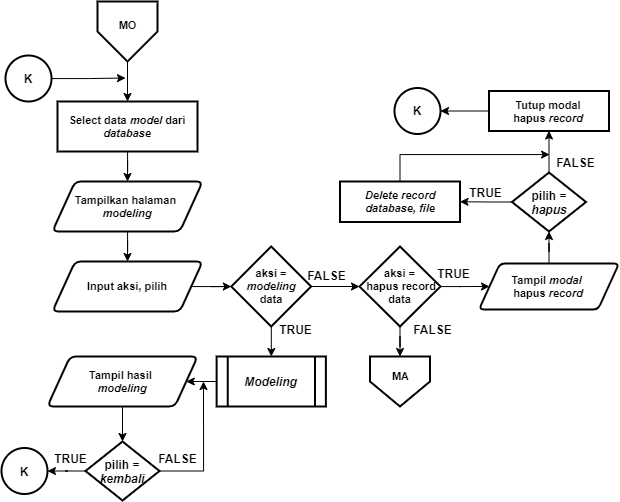
The draw.io diagram Dokumen TA/Paper/Flowchart/M12. Flowchart menu modeling.png in muspriandi/TextMining-SentimentAnalysis, before a commit. Source tidied: cells renumbered, new cells last; positions are measured from the earlier drawing's top-left corner, leaving out a move shared by most shapes. The source it was exported from:
```xml
<mxGraphModel>
  <root>
    <mxCell id="0" />
    <mxCell id="1" parent="0" />
    <mxCell id="2" style="edgeStyle=orthogonalEdgeStyle;rounded=0;orthogonalLoop=1;jettySize=auto;html=1;entryX=0.5;entryY=0;entryDx=0;entryDy=0;entryPerimeter=0;fontSize=12;" parent="1" edge="1">
      <mxGeometry relative="1" as="geometry">
        <mxPoint x="647" y="530" as="sourcePoint" />
        <Array as="points">
          <mxPoint x="647" y="570" />
          <mxPoint x="747" y="570" />
          <mxPoint x="747" y="230" />
          <mxPoint x="847" y="230" />
        </Array>
      </mxGeometry>
    </mxCell>
    <mxCell id="3" style="edgeStyle=orthogonalEdgeStyle;rounded=0;orthogonalLoop=1;jettySize=auto;html=1;entryX=0.5;entryY=0;entryDx=0;entryDy=0;entryPerimeter=0;fontSize=12;" parent="1" edge="1">
      <mxGeometry relative="1" as="geometry">
        <mxPoint x="627" y="500" as="sourcePoint" />
        <Array as="points">
          <mxPoint x="627" y="540" />
          <mxPoint x="727" y="540" />
          <mxPoint x="727" y="200" />
          <mxPoint x="827" y="200" />
        </Array>
      </mxGeometry>
    </mxCell>
    <mxCell id="4" style="edgeStyle=orthogonalEdgeStyle;rounded=0;jettySize=auto;html=1;entryX=0.5;entryY=0;entryDx=0;entryDy=0;fontSize=11;" parent="1" edge="1" source="5" target="10">
      <mxGeometry relative="1" as="geometry" />
    </mxCell>
    <mxCell id="5" style="verticalLabelPosition=bottom;verticalAlign=top;html=1;shape=offPageConnector;rounded=0;size=0.5;fontStyle=0;strokeWidth=2;" parent="1" vertex="1">
      <mxGeometry x="96" width="60" height="60" as="geometry" />
    </mxCell>
    <mxCell id="6" value="MO" style="text;html=1;align=center;verticalAlign=middle;fontSize=11;fontStyle=1;" parent="1" vertex="1">
      <mxGeometry x="111" y="14" width="30" height="20" as="geometry" />
    </mxCell>
    <mxCell id="7" style="edgeStyle=orthogonalEdgeStyle;rounded=0;jettySize=auto;html=1;entryX=0.5;entryY=0;entryDx=0;entryDy=0;" parent="1" edge="1" source="8" target="14">
      <mxGeometry relative="1" as="geometry" />
    </mxCell>
    <mxCell id="8" value="&lt;b&gt;Tampilkan halaman &lt;br&gt;&lt;i&gt;modeling&lt;/i&gt;&lt;/b&gt;" style="shape=parallelogram;html=1;strokeWidth=2;perimeter=parallelogramPerimeter;whiteSpace=wrap;rounded=1;arcSize=12;size=0.15000000000000002;fontSize=11;" parent="1" vertex="1">
      <mxGeometry x="51" y="180" width="150" height="50" as="geometry" />
    </mxCell>
    <mxCell id="9" style="edgeStyle=orthogonalEdgeStyle;rounded=0;jettySize=auto;html=1;entryX=0.5;entryY=0;entryDx=0;entryDy=0;fontSize=11;" parent="1" edge="1" source="10" target="8">
      <mxGeometry relative="1" as="geometry" />
    </mxCell>
    <mxCell id="10" value="Select data &lt;i&gt;model&amp;nbsp;&lt;/i&gt;dari &lt;i&gt;database&lt;/i&gt;" style="rounded=1;whiteSpace=wrap;html=1;absoluteArcSize=1;arcSize=0;strokeWidth=2;fontSize=11;fontStyle=1;" parent="1" vertex="1">
      <mxGeometry x="56" y="100" width="140" height="50" as="geometry" />
    </mxCell>
    <mxCell id="11" style="verticalLabelPosition=bottom;verticalAlign=top;html=1;shape=offPageConnector;rounded=0;size=0.5;fontStyle=0;strokeWidth=2;" parent="1" vertex="1">
      <mxGeometry x="368.5" y="355" width="60" height="50" as="geometry" />
    </mxCell>
    <mxCell id="12" value="MA" style="text;html=1;align=center;verticalAlign=middle;fontSize=11;fontStyle=1;" parent="1" vertex="1">
      <mxGeometry x="383.5" y="365" width="30" height="20" as="geometry" />
    </mxCell>
    <mxCell id="13" style="edgeStyle=orthogonalEdgeStyle;rounded=0;jettySize=auto;html=1;entryX=0;entryY=0.5;entryDx=0;entryDy=0;fontSize=11;" parent="1" edge="1" source="14" target="17">
      <mxGeometry relative="1" as="geometry" />
    </mxCell>
    <mxCell id="14" value="&lt;b&gt;Input aksi, pilih&lt;/b&gt;" style="shape=parallelogram;html=1;strokeWidth=2;perimeter=parallelogramPerimeter;whiteSpace=wrap;rounded=1;arcSize=12;size=0.15000000000000002;fontSize=11;" parent="1" vertex="1">
      <mxGeometry x="51" y="260" width="150" height="50" as="geometry" />
    </mxCell>
    <mxCell id="15" style="edgeStyle=orthogonalEdgeStyle;rounded=0;jettySize=auto;html=1;entryX=0.5;entryY=0;entryDx=0;entryDy=0;fontSize=11;" parent="1" edge="1" source="17" target="19">
      <mxGeometry relative="1" as="geometry" />
    </mxCell>
    <mxCell id="16" style="edgeStyle=orthogonalEdgeStyle;rounded=0;jettySize=auto;html=1;entryX=0;entryY=0.5;entryDx=0;entryDy=0;fontSize=11;" parent="1" edge="1" source="17" target="22">
      <mxGeometry relative="1" as="geometry" />
    </mxCell>
    <mxCell id="17" value="&lt;b style=&quot;font-size: 11px&quot;&gt;&lt;font style=&quot;font-size: 11px&quot;&gt;aksi = &lt;i&gt;modeling&lt;/i&gt;&lt;br style=&quot;font-size: 11px&quot;&gt;data&lt;/font&gt;&lt;/b&gt;" style="rhombus;whiteSpace=wrap;html=1;strokeWidth=2;fontSize=11;" parent="1" vertex="1">
      <mxGeometry x="229.9" y="245" width="79.8" height="80" as="geometry" />
    </mxCell>
    <mxCell id="18" style="edgeStyle=orthogonalEdgeStyle;rounded=0;jettySize=auto;html=1;entryX=1;entryY=0.5;entryDx=0;entryDy=0;fontSize=11;" parent="1" edge="1" source="19" target="42">
      <mxGeometry relative="1" as="geometry" />
    </mxCell>
    <mxCell id="19" value="&lt;i&gt;&lt;b&gt;&lt;font style=&quot;font-size: 12px&quot;&gt;Modeling&lt;/font&gt;&lt;/b&gt;&lt;/i&gt;" style="shape=process;whiteSpace=wrap;html=1;backgroundOutline=1;strokeWidth=2;fontSize=11;" parent="1" vertex="1">
      <mxGeometry x="215.1" y="355" width="109.2" height="50" as="geometry" />
    </mxCell>
    <mxCell id="20" style="edgeStyle=orthogonalEdgeStyle;rounded=0;jettySize=auto;html=1;entryX=0.5;entryY=0;entryDx=0;entryDy=0;fontSize=11;" parent="1" edge="1" source="22" target="11">
      <mxGeometry relative="1" as="geometry" />
    </mxCell>
    <mxCell id="21" style="edgeStyle=orthogonalEdgeStyle;rounded=0;jettySize=auto;html=1;entryX=0;entryY=0.5;entryDx=0;entryDy=0;fontSize=11;" parent="1" edge="1" source="22" target="24">
      <mxGeometry relative="1" as="geometry" />
    </mxCell>
    <mxCell id="22" value="&lt;b style=&quot;font-size: 11px&quot;&gt;&lt;font style=&quot;font-size: 11px&quot;&gt;aksi =&lt;br&gt;&amp;nbsp;hapus record&lt;br style=&quot;font-size: 11px&quot;&gt;data&lt;/font&gt;&lt;/b&gt;" style="rhombus;whiteSpace=wrap;html=1;strokeWidth=2;fontSize=11;" parent="1" vertex="1">
      <mxGeometry x="358" y="245" width="81" height="80" as="geometry" />
    </mxCell>
    <mxCell id="23" style="edgeStyle=orthogonalEdgeStyle;rounded=0;jettySize=auto;html=1;entryX=0.5;entryY=1;entryDx=0;entryDy=0;" parent="1" edge="1" source="24" target="27">
      <mxGeometry relative="1" as="geometry" />
    </mxCell>
    <mxCell id="24" value="&lt;b&gt;Tampil &lt;i&gt;modal&lt;/i&gt; &lt;br&gt;hapus&amp;nbsp;&lt;i&gt;record&lt;/i&gt;&lt;/b&gt;" style="shape=parallelogram;html=1;strokeWidth=2;perimeter=parallelogramPerimeter;whiteSpace=wrap;rounded=1;arcSize=10;size=0.15000000000000002;fontSize=11;" parent="1" vertex="1">
      <mxGeometry x="477.5" y="262" width="140" height="46" as="geometry" />
    </mxCell>
    <mxCell id="25" style="edgeStyle=orthogonalEdgeStyle;rounded=0;jettySize=auto;html=1;entryX=0.5;entryY=1;entryDx=0;entryDy=0;" parent="1" edge="1" source="27" target="31">
      <mxGeometry relative="1" as="geometry" />
    </mxCell>
    <mxCell id="26" style="edgeStyle=orthogonalEdgeStyle;rounded=0;jettySize=auto;html=1;entryX=1;entryY=0.5;entryDx=0;entryDy=0;fontSize=11;" parent="1" edge="1" source="27" target="29">
      <mxGeometry relative="1" as="geometry" />
    </mxCell>
    <mxCell id="27" value="&lt;b&gt;&lt;font style=&quot;font-size: 12px&quot;&gt;pilih = &lt;i&gt;hapus&lt;/i&gt;&lt;/font&gt;&lt;/b&gt;" style="rhombus;whiteSpace=wrap;html=1;strokeWidth=2;" parent="1" vertex="1">
      <mxGeometry x="510.5" y="171" width="74" height="59" as="geometry" />
    </mxCell>
    <mxCell id="28" style="edgeStyle=orthogonalEdgeStyle;rounded=0;jettySize=auto;html=1;fontSize=11;exitX=0.5;exitY=0;exitDx=0;exitDy=0;" parent="1" edge="1" source="29">
      <mxGeometry relative="1" as="geometry">
        <mxPoint x="548" y="153" as="targetPoint" />
        <Array as="points">
          <mxPoint x="399" y="153" />
          <mxPoint x="548" y="153" />
        </Array>
      </mxGeometry>
    </mxCell>
    <mxCell id="29" value="&lt;i&gt;Delete&amp;nbsp;&lt;/i&gt;&lt;b&gt;&lt;i&gt;record&lt;/i&gt;&lt;/b&gt;&lt;i&gt;&lt;br&gt;database, file&lt;/i&gt;" style="rounded=1;whiteSpace=wrap;html=1;absoluteArcSize=1;arcSize=0;strokeWidth=2;fontSize=11;fontStyle=1;" parent="1" vertex="1">
      <mxGeometry x="338.5" y="180" width="120" height="40.5" as="geometry" />
    </mxCell>
    <mxCell id="30" style="edgeStyle=orthogonalEdgeStyle;rounded=0;jettySize=auto;html=1;entryX=1;entryY=0.5;entryDx=0;entryDy=0;fontSize=11;" parent="1" edge="1" source="31" target="32">
      <mxGeometry relative="1" as="geometry" />
    </mxCell>
    <mxCell id="31" value="Tutup modal&lt;br&gt;hapus&amp;nbsp;&lt;b&gt;&lt;i&gt;record&lt;/i&gt;&lt;/b&gt;" style="rounded=1;whiteSpace=wrap;html=1;absoluteArcSize=1;arcSize=0;strokeWidth=2;fontSize=11;fontStyle=1;" parent="1" vertex="1">
      <mxGeometry x="487.5" y="89.5" width="120" height="40" as="geometry" />
    </mxCell>
    <mxCell id="32" value="K" style="ellipse;whiteSpace=wrap;html=1;strokeWidth=2;fontStyle=1;" parent="1" vertex="1">
      <mxGeometry x="393" y="86.5" width="46" height="46" as="geometry" />
    </mxCell>
    <mxCell id="33" value="&lt;b&gt;FALSE&lt;/b&gt;" style="text;html=1;align=center;verticalAlign=middle;" parent="1" vertex="1">
      <mxGeometry x="549" y="151" width="50" height="20" as="geometry" />
    </mxCell>
    <mxCell id="34" value="&lt;b&gt;FALSE&lt;/b&gt;" style="text;html=1;align=center;verticalAlign=middle;" parent="1" vertex="1">
      <mxGeometry x="300" y="264" width="50" height="20" as="geometry" />
    </mxCell>
    <mxCell id="35" value="&lt;b&gt;TRUE&lt;/b&gt;" style="text;html=1;align=center;verticalAlign=middle;" parent="1" vertex="1">
      <mxGeometry x="269" y="318" width="50" height="20" as="geometry" />
    </mxCell>
    <mxCell id="36" value="&lt;b&gt;TRUE&lt;/b&gt;" style="text;html=1;align=center;verticalAlign=middle;" parent="1" vertex="1">
      <mxGeometry x="458.5" y="180.5" width="50" height="20" as="geometry" />
    </mxCell>
    <mxCell id="37" style="edgeStyle=orthogonalEdgeStyle;rounded=0;jettySize=auto;html=1;fontSize=11;" parent="1" edge="1" source="38">
      <mxGeometry relative="1" as="geometry">
        <mxPoint x="124" y="76.5" as="targetPoint" />
      </mxGeometry>
    </mxCell>
    <mxCell id="38" value="K" style="ellipse;whiteSpace=wrap;html=1;strokeWidth=2;fontStyle=1;" parent="1" vertex="1">
      <mxGeometry x="4" y="54" width="46" height="46" as="geometry" />
    </mxCell>
    <mxCell id="39" value="&lt;b&gt;TRUE&lt;/b&gt;" style="text;html=1;align=center;verticalAlign=middle;" parent="1" vertex="1">
      <mxGeometry x="427.5" y="262" width="50" height="20" as="geometry" />
    </mxCell>
    <mxCell id="40" value="&lt;b&gt;FALSE&lt;/b&gt;" style="text;html=1;align=center;verticalAlign=middle;" parent="1" vertex="1">
      <mxGeometry x="406" y="318" width="50" height="20" as="geometry" />
    </mxCell>
    <mxCell id="41" style="edgeStyle=orthogonalEdgeStyle;rounded=0;jettySize=auto;html=1;entryX=0.5;entryY=0;entryDx=0;entryDy=0;fontSize=11;" parent="1" edge="1" source="42" target="45">
      <mxGeometry relative="1" as="geometry" />
    </mxCell>
    <mxCell id="42" value="&lt;b&gt;Tampil hasil &lt;br&gt;&lt;i&gt;modeling&lt;/i&gt;&lt;/b&gt;" style="shape=parallelogram;html=1;strokeWidth=2;perimeter=parallelogramPerimeter;whiteSpace=wrap;rounded=1;arcSize=12;size=0.15000000000000002;fontSize=11;" parent="1" vertex="1">
      <mxGeometry x="46" y="355" width="150" height="50" as="geometry" />
    </mxCell>
    <mxCell id="43" style="edgeStyle=orthogonalEdgeStyle;rounded=0;jettySize=auto;html=1;fontSize=11;" parent="1" edge="1" source="45" target="46">
      <mxGeometry relative="1" as="geometry" />
    </mxCell>
    <mxCell id="44" style="edgeStyle=orthogonalEdgeStyle;rounded=0;jettySize=auto;html=1;fontSize=11;" parent="1" edge="1" source="45">
      <mxGeometry relative="1" as="geometry">
        <mxPoint x="202" y="380" as="targetPoint" />
      </mxGeometry>
    </mxCell>
    <mxCell id="45" value="&lt;b&gt;&lt;font style=&quot;font-size: 12px&quot;&gt;pilih = &lt;i&gt;kembali&lt;/i&gt;&lt;/font&gt;&lt;/b&gt;" style="rhombus;whiteSpace=wrap;html=1;strokeWidth=2;" parent="1" vertex="1">
      <mxGeometry x="84" y="440" width="74" height="59" as="geometry" />
    </mxCell>
    <mxCell id="46" value="K" style="ellipse;whiteSpace=wrap;html=1;strokeWidth=2;fontStyle=1;" parent="1" vertex="1">
      <mxGeometry y="446.5" width="46" height="46" as="geometry" />
    </mxCell>
    <mxCell id="47" value="&lt;b&gt;FALSE&lt;/b&gt;" style="text;html=1;align=center;verticalAlign=middle;" parent="1" vertex="1">
      <mxGeometry x="151" y="446.5" width="50" height="20" as="geometry" />
    </mxCell>
    <mxCell id="48" value="&lt;b&gt;TRUE&lt;/b&gt;" style="text;html=1;align=center;verticalAlign=middle;" parent="1" vertex="1">
      <mxGeometry x="44" y="446.5" width="50" height="20" as="geometry" />
    </mxCell>
  </root>
</mxGraphModel>
```
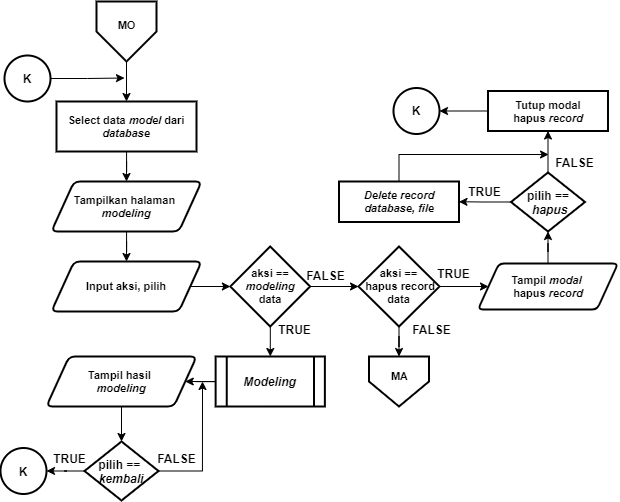
After the commit.

Diff of the diagram source:
```diff
@@ -63,7 +63,7 @@
     <mxCell id="16" style="edgeStyle=orthogonalEdgeStyle;rounded=0;jettySize=auto;html=1;entryX=0;entryY=0.5;entryDx=0;entryDy=0;fontSize=11;" parent="1" edge="1" source="17" target="22">
       <mxGeometry relative="1" as="geometry" />
     </mxCell>
-    <mxCell id="17" value="&lt;b style=&quot;font-size: 11px&quot;&gt;&lt;font style=&quot;font-size: 11px&quot;&gt;aksi = &lt;i&gt;modeling&lt;/i&gt;&lt;br style=&quot;font-size: 11px&quot;&gt;data&lt;/font&gt;&lt;/b&gt;" style="rhombus;whiteSpace=wrap;html=1;strokeWidth=2;fontSize=11;" parent="1" vertex="1">
+    <mxCell id="17" value="&lt;b style=&quot;font-size: 11px&quot;&gt;&lt;font style=&quot;font-size: 11px&quot;&gt;aksi == &lt;i&gt;modeling&lt;/i&gt;&lt;br style=&quot;font-size: 11px&quot;&gt;data&lt;/font&gt;&lt;/b&gt;" style="rhombus;whiteSpace=wrap;html=1;strokeWidth=2;fontSize=11;" parent="1" vertex="1">
       <mxGeometry x="229.9" y="245" width="79.8" height="80" as="geometry" />
     </mxCell>
     <mxCell id="18" style="edgeStyle=orthogonalEdgeStyle;rounded=0;jettySize=auto;html=1;entryX=1;entryY=0.5;entryDx=0;entryDy=0;fontSize=11;" parent="1" edge="1" source="19" target="42">
@@ -78,7 +78,7 @@
     <mxCell id="21" style="edgeStyle=orthogonalEdgeStyle;rounded=0;jettySize=auto;html=1;entryX=0;entryY=0.5;entryDx=0;entryDy=0;fontSize=11;" parent="1" edge="1" source="22" target="24">
       <mxGeometry relative="1" as="geometry" />
     </mxCell>
-    <mxCell id="22" value="&lt;b style=&quot;font-size: 11px&quot;&gt;&lt;font style=&quot;font-size: 11px&quot;&gt;aksi =&lt;br&gt;&amp;nbsp;hapus record&lt;br style=&quot;font-size: 11px&quot;&gt;data&lt;/font&gt;&lt;/b&gt;" style="rhombus;whiteSpace=wrap;html=1;strokeWidth=2;fontSize=11;" parent="1" vertex="1">
+    <mxCell id="22" value="&lt;b style=&quot;font-size: 11px&quot;&gt;&lt;font style=&quot;font-size: 11px&quot;&gt;aksi ==&lt;br&gt;&amp;nbsp;hapus record&lt;br style=&quot;font-size: 11px&quot;&gt;data&lt;/font&gt;&lt;/b&gt;" style="rhombus;whiteSpace=wrap;html=1;strokeWidth=2;fontSize=11;" parent="1" vertex="1">
       <mxGeometry x="358" y="245" width="81" height="80" as="geometry" />
     </mxCell>
     <mxCell id="23" style="edgeStyle=orthogonalEdgeStyle;rounded=0;jettySize=auto;html=1;entryX=0.5;entryY=1;entryDx=0;entryDy=0;" parent="1" edge="1" source="24" target="27">
@@ -93,7 +93,7 @@
     <mxCell id="26" style="edgeStyle=orthogonalEdgeStyle;rounded=0;jettySize=auto;html=1;entryX=1;entryY=0.5;entryDx=0;entryDy=0;fontSize=11;" parent="1" edge="1" source="27" target="29">
       <mxGeometry relative="1" as="geometry" />
     </mxCell>
-    <mxCell id="27" value="&lt;b&gt;&lt;font style=&quot;font-size: 12px&quot;&gt;pilih = &lt;i&gt;hapus&lt;/i&gt;&lt;/font&gt;&lt;/b&gt;" style="rhombus;whiteSpace=wrap;html=1;strokeWidth=2;" parent="1" vertex="1">
+    <mxCell id="27" value="&lt;b&gt;&lt;font style=&quot;font-size: 12px&quot;&gt;pilih ==&lt;br&gt;&amp;nbsp;&lt;i&gt;hapus&lt;/i&gt;&lt;/font&gt;&lt;/b&gt;" style="rhombus;whiteSpace=wrap;html=1;strokeWidth=2;" parent="1" vertex="1">
       <mxGeometry x="510.5" y="171" width="74" height="59" as="geometry" />
     </mxCell>
     <mxCell id="28" style="edgeStyle=orthogonalEdgeStyle;rounded=0;jettySize=auto;html=1;fontSize=11;exitX=0.5;exitY=0;exitDx=0;exitDy=0;" parent="1" edge="1" source="29">
@@ -157,7 +157,7 @@
         <mxPoint x="202" y="380" as="targetPoint" />
       </mxGeometry>
     </mxCell>
-    <mxCell id="45" value="&lt;b&gt;&lt;font style=&quot;font-size: 12px&quot;&gt;pilih = &lt;i&gt;kembali&lt;/i&gt;&lt;/font&gt;&lt;/b&gt;" style="rhombus;whiteSpace=wrap;html=1;strokeWidth=2;" parent="1" vertex="1">
+    <mxCell id="45" value="&lt;b&gt;&lt;font style=&quot;font-size: 12px&quot;&gt;pilih ==&amp;nbsp;&lt;br&gt;&lt;i&gt;kembali&lt;/i&gt;&lt;/font&gt;&lt;/b&gt;" style="rhombus;whiteSpace=wrap;html=1;strokeWidth=2;" parent="1" vertex="1">
       <mxGeometry x="84" y="440" width="74" height="59" as="geometry" />
     </mxCell>
     <mxCell id="46" value="K" style="ellipse;whiteSpace=wrap;html=1;strokeWidth=2;fontStyle=1;" parent="1" vertex="1">
```
